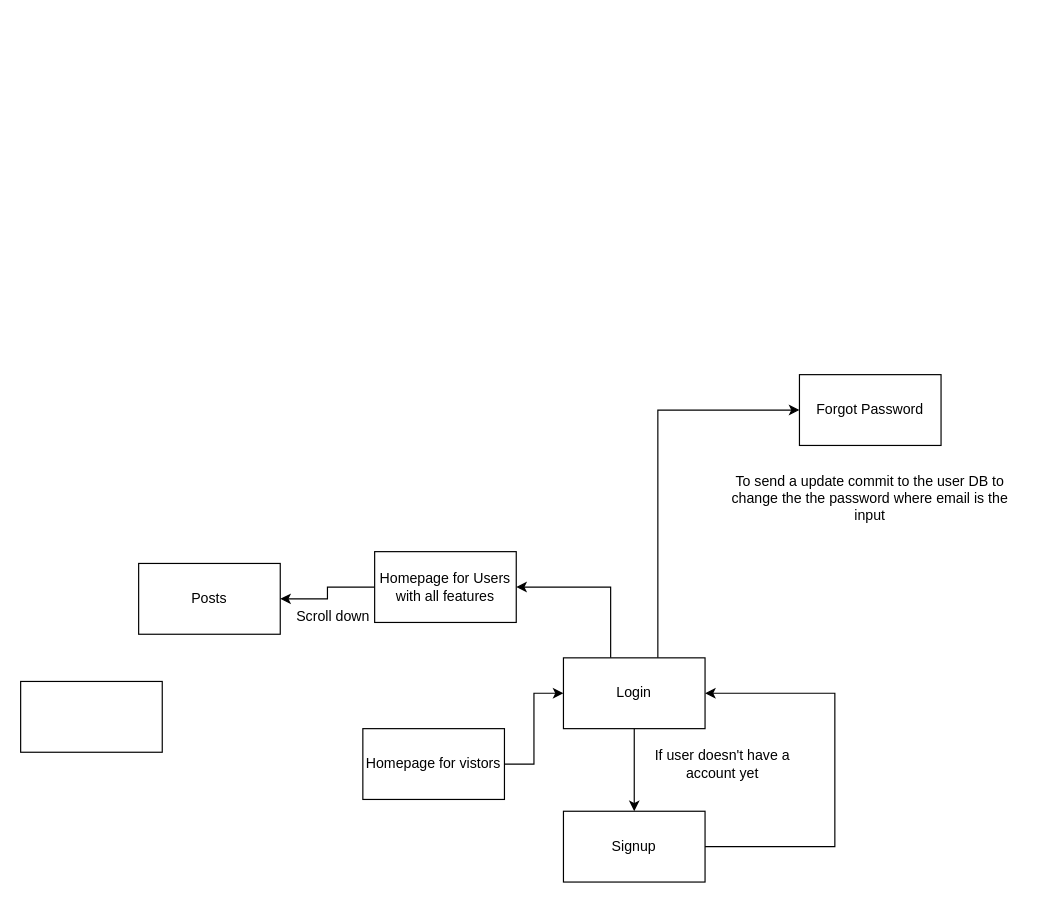
Above: Website_flow.drawio in sonnabananana/website (draw.io), before the change. Source tidied: cells renumbered, new cells numbered last; positions are measured from the earlier drawing's top-left corner, leaving out a move shared by most shapes. Both pictures are drawn from the tidied source at 118%, with x=0, y=0 at pixel (20, 374).
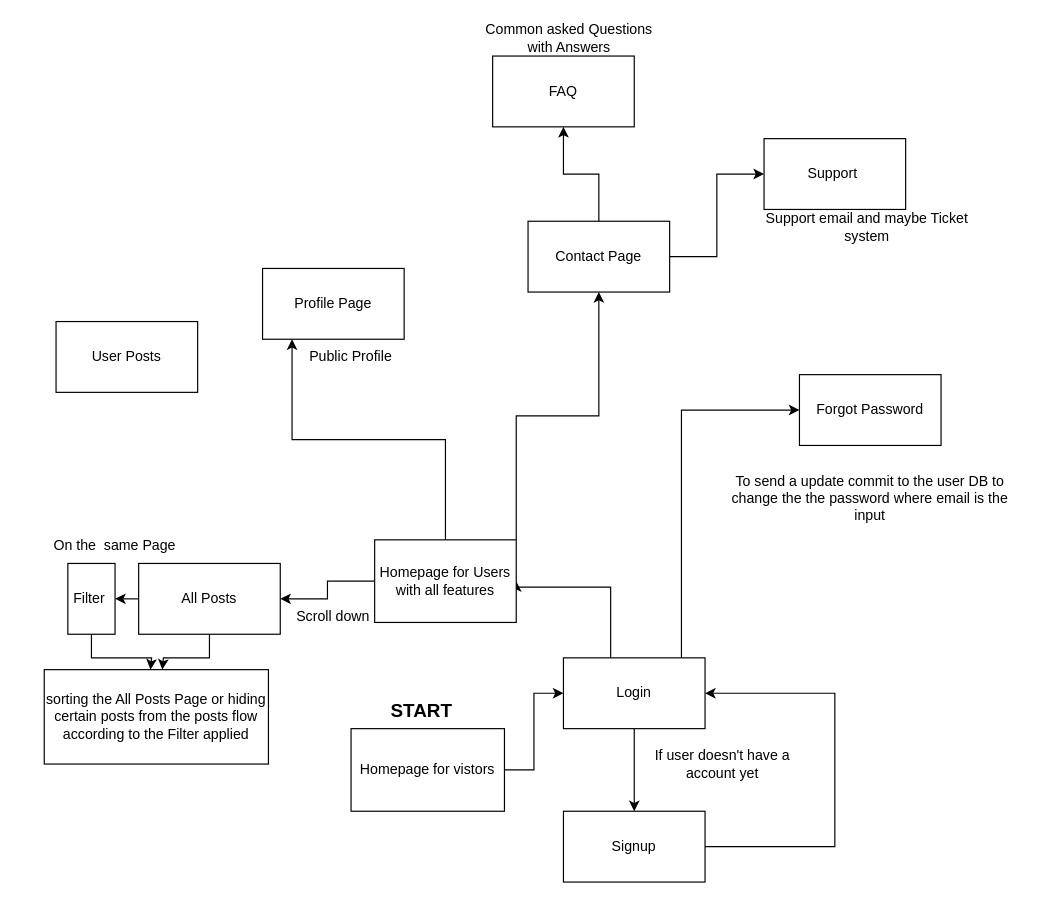
The same diagram, later.

Unchanged cells that the change refers to:
```xml
<mxCell id="7" value="Login" style="rounded=0;whiteSpace=wrap;html=1;" parent="1" vertex="1">
  <mxGeometry x="460" y="240" width="120" height="60" as="geometry" />
</mxCell>
<mxCell id="16" value="Forgot Password" style="rounded=0;whiteSpace=wrap;html=1;" parent="1" vertex="1">
  <mxGeometry x="660" width="120" height="60" as="geometry" />
</mxCell>
```

The edit, as a diff of the source:
```diff
@@
     <mxCell id="3" value="Homepage for vistors" style="rounded=0;whiteSpace=wrap;html=1;" parent="1" vertex="1">
-      <mxGeometry x="290" y="300" width="120" height="60" as="geometry" />
+      <mxGeometry x="280" y="300" width="130" height="70" as="geometry" />
     </mxCell>
@@
     <mxCell id="6" style="edgeStyle=orthogonalEdgeStyle;rounded=0;jettySize=auto;html=1;entryX=0;entryY=0.5;entryDx=0;entryDy=0;" parent="1" edge="1" source="7" target="16">
       <mxGeometry relative="1" as="geometry">
         <Array as="points">
-          <mxPoint x="540" y="30" />
+          <mxPoint x="560" y="30" />
         </Array>
       </mxGeometry>
     </mxCell>
@@
+    <mxCell id="18" style="edgeStyle=orthogonalEdgeStyle;rounded=0;jettySize=auto;html=1;exitX=1;exitY=0;exitDx=0;exitDy=0;" parent="1" edge="1" source="12" target="27">
+      <mxGeometry relative="1" as="geometry" />
+    </mxCell>
+    <mxCell id="19" style="edgeStyle=orthogonalEdgeStyle;rounded=0;jettySize=auto;html=1;" parent="1" edge="1" source="12" target="33">
+      <mxGeometry relative="1" as="geometry">
+        <Array as="points">
+          <mxPoint x="360" y="55" />
+          <mxPoint x="230" y="55" />
+        </Array>
+      </mxGeometry>
+    </mxCell>
     <mxCell id="12" value="Homepage for Users with all features" style="rounded=0;whiteSpace=wrap;html=1;" parent="1" vertex="1">
-      <mxGeometry x="300" y="150" width="120" height="60" as="geometry" />
+      <mxGeometry x="300" y="140" width="120" height="70" as="geometry" />
     </mxCell>
+    <mxCell id="20" style="edgeStyle=orthogonalEdgeStyle;rounded=0;jettySize=auto;html=1;exitX=0;exitY=0.5;exitDx=0;exitDy=0;entryX=1;entryY=0.5;entryDx=0;entryDy=0;" parent="1" edge="1" source="13" target="15">
+      <mxGeometry relative="1" as="geometry" />
+    </mxCell>
+    <mxCell id="21" style="edgeStyle=orthogonalEdgeStyle;rounded=0;jettySize=auto;html=1;" parent="1" edge="1" source="13">
+      <mxGeometry relative="1" as="geometry">
+        <mxPoint x="120" y="250" as="targetPoint" />
+        <Array as="points">
+          <mxPoint x="160" y="240" />
+          <mxPoint x="121" y="240" />
+        </Array>
+      </mxGeometry>
+    </mxCell>
-    <mxCell id="13" value="Posts" style="rounded=0;whiteSpace=wrap;html=1;" parent="1" vertex="1">
+    <mxCell id="13" value="All Posts" style="rounded=0;whiteSpace=wrap;html=1;" parent="1" vertex="1">
       <mxGeometry x="100" y="160" width="120" height="60" as="geometry" />
     </mxCell>
@@
+    <mxCell id="22" style="edgeStyle=orthogonalEdgeStyle;rounded=0;jettySize=auto;html=1;" parent="1" edge="1" source="15">
+      <mxGeometry relative="1" as="geometry">
+        <mxPoint x="110" y="250" as="targetPoint" />
+        <Array as="points">
+          <mxPoint x="60" y="240" />
+          <mxPoint x="111" y="240" />
+        </Array>
+      </mxGeometry>
+    </mxCell>
-    <mxCell id="15" style="rounded=0;whiteSpace=wrap;html=1;" parent="1" vertex="1">
-      <mxGeometry y="260" width="120" height="60" as="geometry" />
+    <mxCell id="15" value="Filter&amp;nbsp;" style="rounded=0;whiteSpace=wrap;html=1;" parent="1" vertex="1">
+      <mxGeometry x="40" y="160" width="40" height="60" as="geometry" />
     </mxCell>
@@
+    <mxCell id="23" value="sorting the All Posts Page or hiding certain posts from the posts flow according to the Filter applied" style="rounded=0;whiteSpace=wrap;html=1;" parent="1" vertex="1">
+      <mxGeometry x="20" y="250" width="190" height="80" as="geometry" />
+    </mxCell>
+    <mxCell id="24" value="On the&amp;nbsp; same Page" style="text;html=1;strokeColor=none;fillColor=none;align=center;verticalAlign=middle;whiteSpace=wrap;rounded=0;" parent="1" vertex="1">
+      <mxGeometry x="10" y="130" width="140" height="30" as="geometry" />
+    </mxCell>
+    <mxCell id="25" style="edgeStyle=orthogonalEdgeStyle;rounded=0;jettySize=auto;html=1;exitX=1;exitY=0.5;exitDx=0;exitDy=0;entryX=0;entryY=0.5;entryDx=0;entryDy=0;" parent="1" edge="1" source="27" target="29">
+      <mxGeometry relative="1" as="geometry" />
+    </mxCell>
+    <mxCell id="26" style="edgeStyle=orthogonalEdgeStyle;rounded=0;jettySize=auto;html=1;exitX=0.5;exitY=0;exitDx=0;exitDy=0;entryX=0.5;entryY=1;entryDx=0;entryDy=0;" parent="1" edge="1" source="27" target="30">
+      <mxGeometry relative="1" as="geometry" />
+    </mxCell>
+    <mxCell id="27" value="Contact Page" style="rounded=0;whiteSpace=wrap;html=1;" parent="1" vertex="1">
+      <mxGeometry x="430" y="-130" width="120" height="60" as="geometry" />
+    </mxCell>
+    <mxCell id="28" value="&lt;b style=&quot;font-size: 16px;&quot;&gt;START&lt;/b&gt;" style="text;html=1;strokeColor=none;fillColor=none;align=center;verticalAlign=middle;whiteSpace=wrap;rounded=0;" parent="1" vertex="1">
+      <mxGeometry x="310" y="270" width="60" height="30" as="geometry" />
+    </mxCell>
+    <mxCell id="29" value="Support&amp;nbsp;" style="rounded=0;whiteSpace=wrap;html=1;" parent="1" vertex="1">
+      <mxGeometry x="630" y="-200" width="120" height="60" as="geometry" />
+    </mxCell>
+    <mxCell id="30" value="FAQ" style="rounded=0;whiteSpace=wrap;html=1;" parent="1" vertex="1">
+      <mxGeometry x="400" y="-270" width="120" height="60" as="geometry" />
+    </mxCell>
+    <mxCell id="31" value="Common asked Questions with Answers" style="text;html=1;strokeColor=none;fillColor=none;align=center;verticalAlign=middle;whiteSpace=wrap;rounded=0;" parent="1" vertex="1">
+      <mxGeometry x="390" y="-300" width="150" height="30" as="geometry" />
+    </mxCell>
+    <mxCell id="32" value="Support email and maybe Ticket system" style="text;html=1;strokeColor=none;fillColor=none;align=center;verticalAlign=middle;whiteSpace=wrap;rounded=0;" parent="1" vertex="1">
+      <mxGeometry x="630" y="-140" width="175" height="30" as="geometry" />
+    </mxCell>
+    <mxCell id="33" value="Profile Page" style="rounded=0;whiteSpace=wrap;html=1;" parent="1" vertex="1">
+      <mxGeometry x="205" y="-90" width="120" height="60" as="geometry" />
+    </mxCell>
+    <mxCell id="34" value="User Posts" style="rounded=0;whiteSpace=wrap;html=1;" parent="1" vertex="1">
+      <mxGeometry x="30" y="-45" width="120" height="60" as="geometry" />
+    </mxCell>
+    <mxCell id="35" value="Public Profile" style="text;html=1;strokeColor=none;fillColor=none;align=center;verticalAlign=middle;whiteSpace=wrap;rounded=0;" parent="1" vertex="1">
+      <mxGeometry x="240" y="-30" width="80" height="30" as="geometry" />
+    </mxCell>
```
